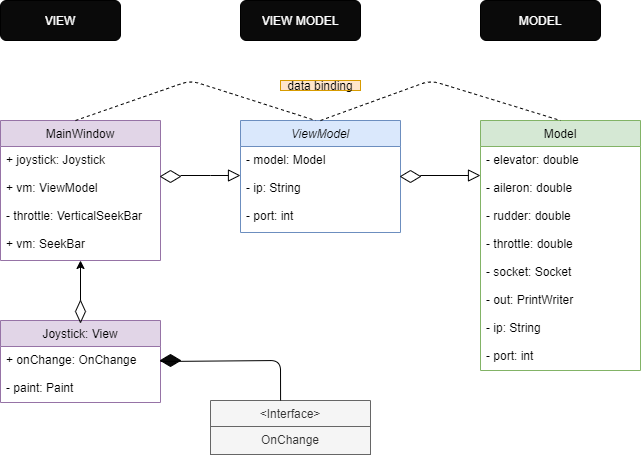
Galbenarush/FlightSimulatorMobileApp keeps this draw.io diagram as Untitled Diagram.png. Above is the earlier version. Source tidied: cells renumbered, new cells last; positions are measured from the earlier drawing's top-left corner, leaving out a move shared by most shapes.
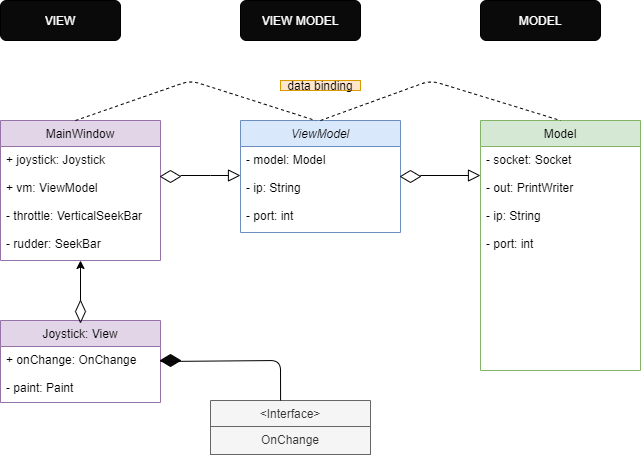
The same diagram one commit later.

The edit, as a diff of the source:
```diff
@@ -26,7 +26,7 @@
     <mxCell id="9" value="- throttle: VerticalSeekBar" style="text;align=left;verticalAlign=top;spacingLeft=4;spacingRight=4;overflow=hidden;rounded=0;shadow=0;html=0;" parent="6" vertex="1">
       <mxGeometry y="82" width="160" height="28" as="geometry" />
     </mxCell>
-    <mxCell id="10" value="+ vm: SeekBar" style="text;align=left;verticalAlign=top;spacingLeft=4;spacingRight=4;overflow=hidden;rounded=0;shadow=0;html=0;" parent="6" vertex="1">
+    <mxCell id="10" value="- rudder: SeekBar" style="text;align=left;verticalAlign=top;spacingLeft=4;spacingRight=4;overflow=hidden;rounded=0;shadow=0;html=0;" parent="6" vertex="1">
       <mxGeometry y="110" width="160" height="28" as="geometry" />
     </mxCell>
     <mxCell id="11" style="endArrow=block;endSize=10;endFill=0;shadow=0;strokeWidth=1;rounded=0;edgeStyle=elbowEdgeStyle;elbow=vertical;" parent="1" edge="1" target="2">
@@ -43,29 +43,17 @@
     <mxCell id="14" value="Model" style="swimlane;fontStyle=0;align=center;verticalAlign=top;horizontal=1;startSize=26;rounded=0;shadow=0;strokeWidth=1;fillColor=#d5e8d4;strokeColor=#82b366;" parent="1" vertex="1">
       <mxGeometry x="480" y="120" width="160" height="250" as="geometry" />
     </mxCell>
-    <mxCell id="15" value="- elevator: double" style="text;align=left;verticalAlign=top;spacingLeft=4;spacingRight=4;overflow=hidden;" parent="14" vertex="1">
-      <mxGeometry y="26" width="160" height="28" as="geometry" />
-    </mxCell>
-    <mxCell id="16" value="- aileron: double" style="text;align=left;verticalAlign=top;spacingLeft=4;spacingRight=4;overflow=hidden;rounded=0;shadow=0;html=0;" parent="14" vertex="1">
-      <mxGeometry y="54" width="160" height="28" as="geometry" />
-    </mxCell>
-    <mxCell id="17" value="- rudder: double" style="text;align=left;verticalAlign=top;spacingLeft=4;spacingRight=4;overflow=hidden;rounded=0;shadow=0;html=0;" parent="14" vertex="1">
-      <mxGeometry y="82" width="160" height="28" as="geometry" />
-    </mxCell>
-    <mxCell id="18" value="- throttle: double" style="text;align=left;verticalAlign=top;spacingLeft=4;spacingRight=4;overflow=hidden;rounded=0;shadow=0;html=0;" parent="14" vertex="1">
-      <mxGeometry y="110" width="160" height="28" as="geometry" />
-    </mxCell>
     <mxCell id="19" value="- socket: Socket" style="text;align=left;verticalAlign=top;spacingLeft=4;spacingRight=4;overflow=hidden;rounded=0;shadow=0;html=0;" parent="14" vertex="1">
-      <mxGeometry y="138" width="160" height="28" as="geometry" />
+      <mxGeometry y="26" width="160" height="28" as="geometry" />
     </mxCell>
     <mxCell id="20" value="- out: PrintWriter" style="text;align=left;verticalAlign=top;spacingLeft=4;spacingRight=4;overflow=hidden;" parent="14" vertex="1">
-      <mxGeometry y="166" width="160" height="28" as="geometry" />
+      <mxGeometry y="54" width="160" height="28" as="geometry" />
     </mxCell>
     <mxCell id="21" value="- ip: String" style="text;align=left;verticalAlign=top;spacingLeft=4;spacingRight=4;overflow=hidden;" parent="14" vertex="1">
-      <mxGeometry y="194" width="160" height="28" as="geometry" />
+      <mxGeometry y="82" width="160" height="28" as="geometry" />
     </mxCell>
     <mxCell id="22" value="- port: int" style="text;align=left;verticalAlign=top;spacingLeft=4;spacingRight=4;overflow=hidden;" parent="14" vertex="1">
-      <mxGeometry y="222" width="160" height="28" as="geometry" />
+      <mxGeometry y="110" width="160" height="28" as="geometry" />
     </mxCell>
     <mxCell id="23" value="Joystick: View" style="swimlane;fontStyle=0;align=center;verticalAlign=top;horizontal=1;startSize=26;rounded=0;shadow=0;strokeWidth=1;fillColor=#e1d5e7;strokeColor=#9673a6;" parent="1" vertex="1">
       <mxGeometry y="320" width="160" height="82" as="geometry" />
```
